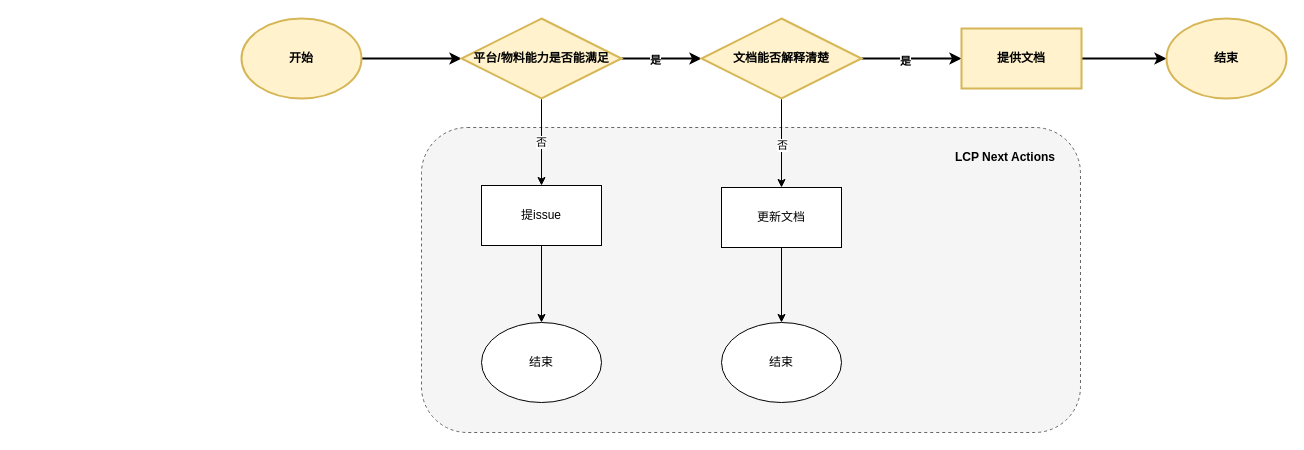
This is DOD workflow.drawio from Zsynuting/diagram, a draw.io file, before an edit. Source tidied: cells renumbered, new cells numbered last; positions are measured from the earlier drawing's top-left corner, leaving out a move shared by most shapes. Both pictures are drawn from the tidied source at 100%, with x=0, y=0 at pixel (241, 18).
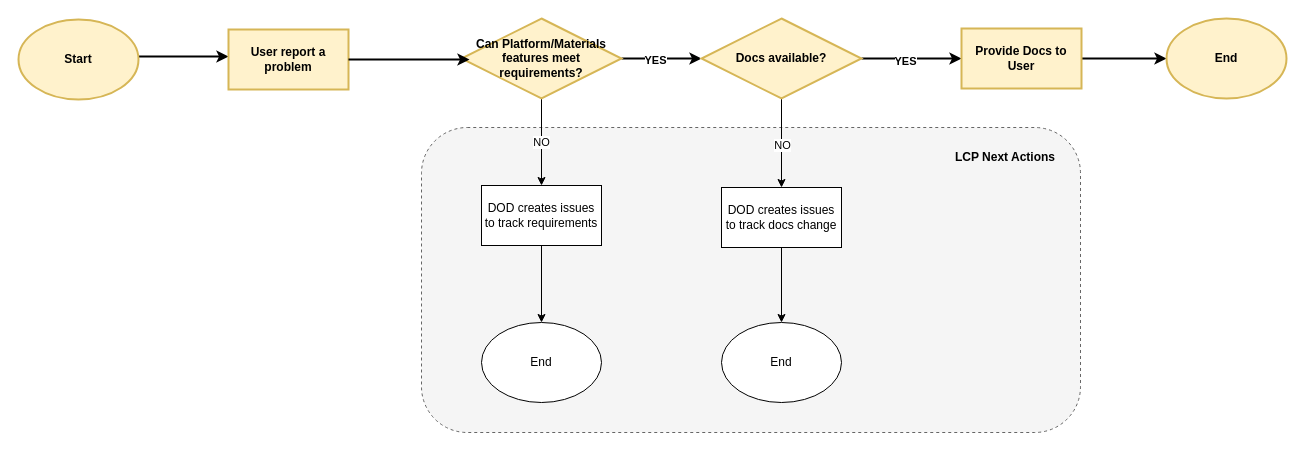
The same diagram, later.

The change refers to these unchanged cells:
```xml
<mxCell id="5" style="edgeStyle=orthogonalEdgeStyle;rounded=0;jettySize=auto;html=1;fontStyle=1;strokeWidth=2;" parent="1" edge="1" source="8" target="13">
  <mxGeometry relative="1" as="geometry" />
</mxCell>
<mxCell id="9" style="edgeStyle=orthogonalEdgeStyle;rounded=0;jettySize=auto;html=1;" parent="1" edge="1" source="13" target="17">
  <mxGeometry relative="1" as="geometry" />
</mxCell>
<mxCell id="11" style="edgeStyle=orthogonalEdgeStyle;rounded=0;jettySize=auto;html=1;strokeWidth=2;" parent="1" edge="1" source="13" target="15">
  <mxGeometry relative="1" as="geometry" />
</mxCell>
```

Change to the diagram source:
```diff
@@
-    <mxCell id="3" style="edgeStyle=orthogonalEdgeStyle;rounded=0;jettySize=auto;html=1;fontStyle=1;strokeWidth=2;" parent="1" edge="1" source="4" target="8">
-      <mxGeometry relative="1" as="geometry" />
-    </mxCell>
+    <mxCell id="24" style="edgeStyle=orthogonalEdgeStyle;rounded=0;jettySize=auto;html=1;strokeWidth=2;" parent="1" edge="1" source="4" target="25">
+      <mxGeometry relative="1" as="geometry">
+        <Array as="points">
+          <mxPoint x="-59" y="38" />
+          <mxPoint x="-59" y="38" />
+        </Array>
+      </mxGeometry>
+    </mxCell>
-    <mxCell id="4" value="开始" style="ellipse;whiteSpace=wrap;html=1;fontStyle=1;strokeWidth=2;fillColor=#fff2cc;strokeColor=#d6b656;" parent="1" vertex="1">
-      <mxGeometry width="120" height="80" as="geometry" />
+    <mxCell id="4" value="Start" style="ellipse;whiteSpace=wrap;html=1;fontStyle=1;strokeWidth=2;fillColor=#fff2cc;strokeColor=#d6b656;" parent="1" vertex="1">
+      <mxGeometry x="-223" y="1" width="120" height="80" as="geometry" />
     </mxCell>
@@
-    <mxCell id="6" value="是" style="edgeLabel;html=1;align=center;verticalAlign=middle;fontStyle=1;" parent="5" vertex="1">
+    <mxCell id="6" value="YES" style="edgeLabel;html=1;align=center;verticalAlign=middle;fontStyle=1;" parent="5" vertex="1">
       <mxGeometry x="-0.17" y="-1" relative="1" as="geometry" />
     </mxCell>
-    <mxCell id="7" value="否" style="edgeStyle=orthogonalEdgeStyle;rounded=0;jettySize=auto;html=1;" parent="1" edge="1" source="8" target="19">
+    <mxCell id="7" value="NO" style="edgeStyle=orthogonalEdgeStyle;rounded=0;jettySize=auto;html=1;" parent="1" edge="1" source="8" target="19">
       <mxGeometry relative="1" as="geometry" />
     </mxCell>
-    <mxCell id="8" value="平台/物料能力是否能满足" style="rhombus;whiteSpace=wrap;html=1;fontStyle=1;strokeWidth=2;fillColor=#fff2cc;strokeColor=#d6b656;" parent="1" vertex="1">
+    <mxCell id="8" value="Can Platform/Materials&lt;br&gt;features meet requirements?" style="rhombus;whiteSpace=wrap;html=1;fontStyle=1;strokeWidth=2;fillColor=#fff2cc;strokeColor=#d6b656;" parent="1" vertex="1">
       <mxGeometry x="220" width="160" height="80" as="geometry" />
     </mxCell>
@@
-    <mxCell id="10" value="否" style="edgeLabel;html=1;align=center;verticalAlign=middle;" parent="9" vertex="1">
+    <mxCell id="10" value="NO" style="edgeLabel;html=1;align=center;verticalAlign=middle;" parent="9" vertex="1">
       <mxGeometry x="0.09" y="2" relative="1" as="geometry">
         <mxPoint x="-2" y="-3" as="offset" />
       </mxGeometry>
     </mxCell>
@@
-    <mxCell id="12" value="是" style="edgeLabel;html=1;align=center;verticalAlign=middle;fontStyle=1;" parent="11" vertex="1">
+    <mxCell id="12" value="YES" style="edgeLabel;html=1;align=center;verticalAlign=middle;fontStyle=1;" parent="11" vertex="1">
       <mxGeometry x="-0.14" y="-2" relative="1" as="geometry" />
     </mxCell>
-    <mxCell id="13" value="文档能否解释清楚" style="rhombus;whiteSpace=wrap;html=1;fontStyle=1;strokeWidth=2;fillColor=#fff2cc;strokeColor=#d6b656;" parent="1" vertex="1">
+    <mxCell id="13" value="Docs available?" style="rhombus;whiteSpace=wrap;html=1;fontStyle=1;strokeWidth=2;fillColor=#fff2cc;strokeColor=#d6b656;" parent="1" vertex="1">
       <mxGeometry x="460" width="160" height="80" as="geometry" />
     </mxCell>
@@
-    <mxCell id="15" value="提供文档" style="whiteSpace=wrap;html=1;fontStyle=1;strokeWidth=2;fillColor=#fff2cc;strokeColor=#d6b656;" parent="1" vertex="1">
+    <mxCell id="15" value="Provide Docs to User" style="whiteSpace=wrap;html=1;fontStyle=1;strokeWidth=2;fillColor=#fff2cc;strokeColor=#d6b656;" parent="1" vertex="1">
       <mxGeometry x="720" y="10" width="120" height="60" as="geometry" />
     </mxCell>
@@
-    <mxCell id="17" value="更新文档" style="whiteSpace=wrap;html=1;" parent="1" vertex="1">
+    <mxCell id="17" value="DOD creates issues to track docs change" style="whiteSpace=wrap;html=1;" parent="1" vertex="1">
       <mxGeometry x="480" y="169" width="120" height="60" as="geometry" />
     </mxCell>
@@
-    <mxCell id="19" value="提issue" style="whiteSpace=wrap;html=1;" parent="1" vertex="1">
+    <mxCell id="19" value="DOD creates issues to track requirements" style="whiteSpace=wrap;html=1;" parent="1" vertex="1">
       <mxGeometry x="240" y="167" width="120" height="60" as="geometry" />
     </mxCell>
-    <mxCell id="20" value="结束" style="ellipse;whiteSpace=wrap;html=1;" parent="1" vertex="1">
+    <mxCell id="20" value="End" style="ellipse;whiteSpace=wrap;html=1;" parent="1" vertex="1">
       <mxGeometry x="480" y="304" width="120" height="80" as="geometry" />
     </mxCell>
-    <mxCell id="21" value="结束" style="ellipse;whiteSpace=wrap;html=1;fontStyle=1;strokeWidth=2;fillColor=#fff2cc;strokeColor=#d6b656;" parent="1" vertex="1">
+    <mxCell id="21" value="End" style="ellipse;whiteSpace=wrap;html=1;fontStyle=1;strokeWidth=2;fillColor=#fff2cc;strokeColor=#d6b656;" parent="1" vertex="1">
       <mxGeometry x="925" width="120" height="80" as="geometry" />
     </mxCell>
-    <mxCell id="22" value="结束" style="ellipse;whiteSpace=wrap;html=1;" parent="1" vertex="1">
+    <mxCell id="22" value="End" style="ellipse;whiteSpace=wrap;html=1;" parent="1" vertex="1">
       <mxGeometry x="240" y="304" width="120" height="80" as="geometry" />
     </mxCell>
@@
+    <mxCell id="25" value="User report a problem" style="whiteSpace=wrap;html=1;fillColor=#fff2cc;strokeColor=#d6b656;fontStyle=1;strokeWidth=2;" parent="1" vertex="1">
+      <mxGeometry x="-13" y="11" width="120" height="60" as="geometry" />
+    </mxCell>
+    <mxCell id="26" style="edgeStyle=orthogonalEdgeStyle;rounded=0;jettySize=auto;html=1;entryX=0.05;entryY=0.513;entryDx=0;entryDy=0;entryPerimeter=0;strokeWidth=2;" parent="1" edge="1" source="25" target="8">
+      <mxGeometry relative="1" as="geometry" />
+    </mxCell>
```
